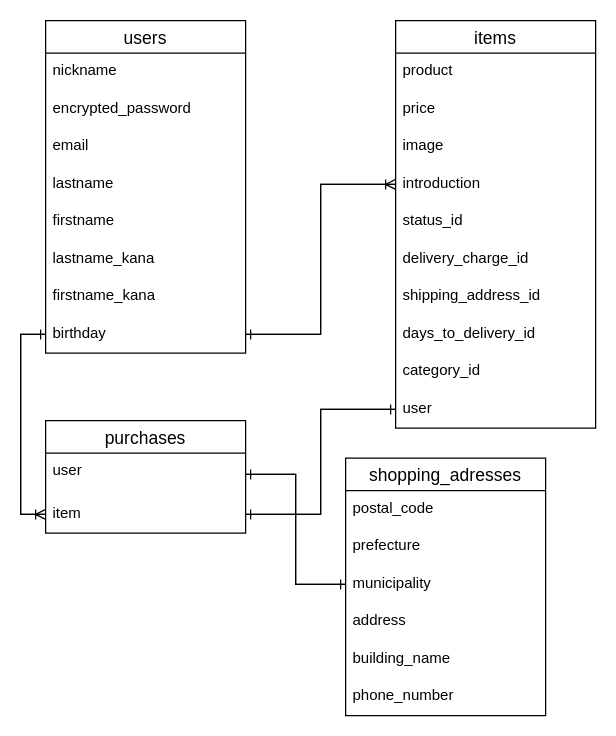
The draw.io diagram furima.dio in shiori0221/furima-35917, before the edit. Source tidied: cells renumbered, new cells numbered last; positions are measured from the earlier drawing's top-left corner, leaving out a move shared by most shapes. Both pictures are drawn from the tidied source at 125%, with x=0, y=0 at pixel (45, 20).
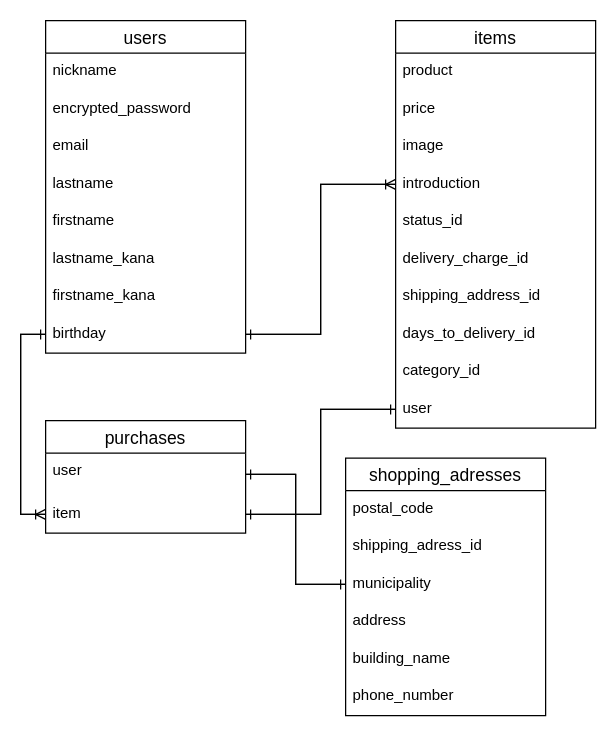
The same page after the edit.

Commit message (it also covers changes not shown here):
purchasesテーブルに外部キーを設定

Unchanged cells that the change refers to:
```xml
<mxCell id="25" value="shopping_adresses" style="swimlane;fontStyle=0;horizontal=1;startSize=26;align=center;fontSize=14;" parent="1" vertex="1">
  <mxGeometry x="240" y="350" width="160" height="206" as="geometry" />
</mxCell>
```

Change to the diagram source:
```diff
@@
-    <mxCell id="27" value="prefecture" style="text;strokeColor=none;fillColor=none;spacingLeft=4;spacingRight=4;overflow=hidden;fontSize=12;" parent="25" vertex="1">
+    <mxCell id="27" value="shipping_adress_id" style="text;strokeColor=none;fillColor=none;spacingLeft=4;spacingRight=4;overflow=hidden;fontSize=12;" parent="25" vertex="1">
       <mxGeometry y="56" width="160" height="30" as="geometry" />
     </mxCell>
```
